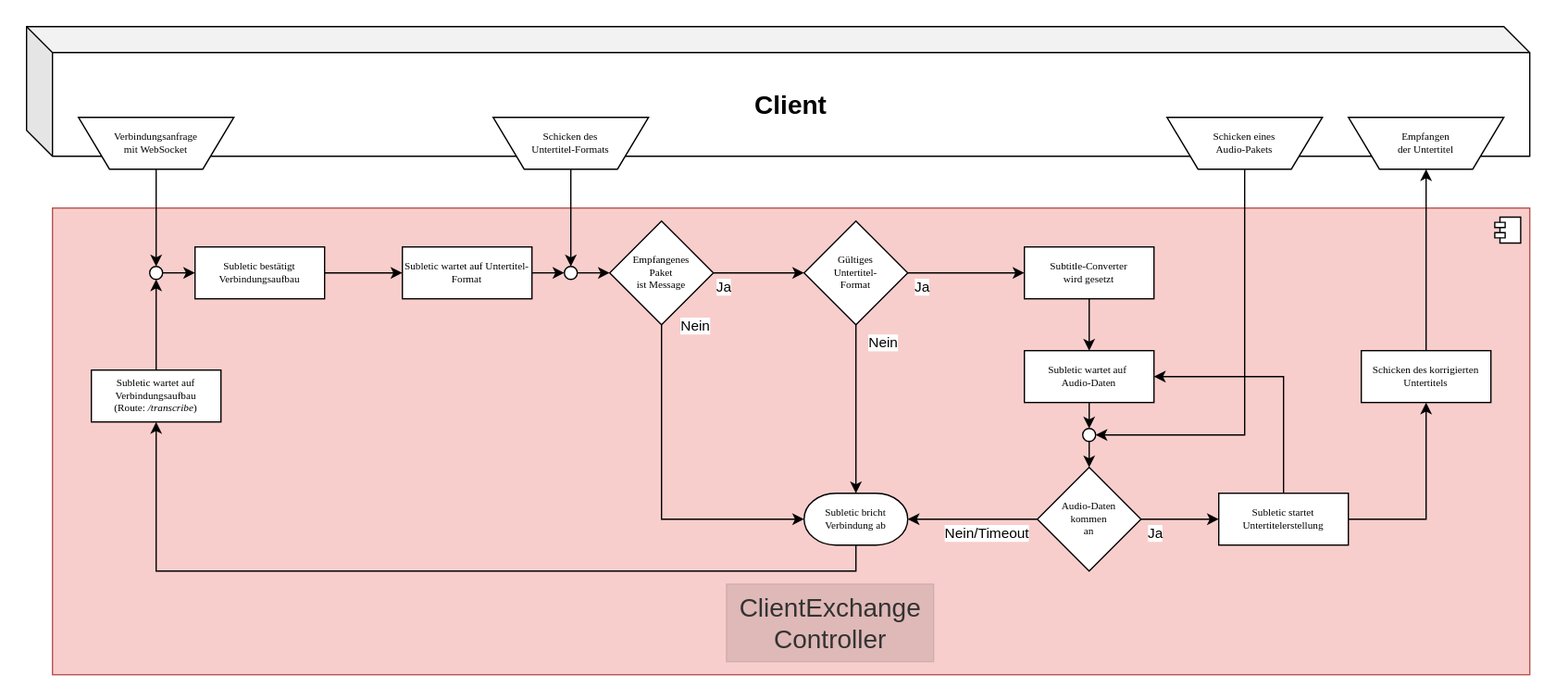
The draw.io diagram TechnicalDocumentation/arc42/img/ClientCommunication.drawio.svg in Subletic/Documentation, before a commit. Source tidied: cells renumbered, new cells last; positions are measured from the earlier drawing's top-left corner, leaving out a move shared by most shapes.
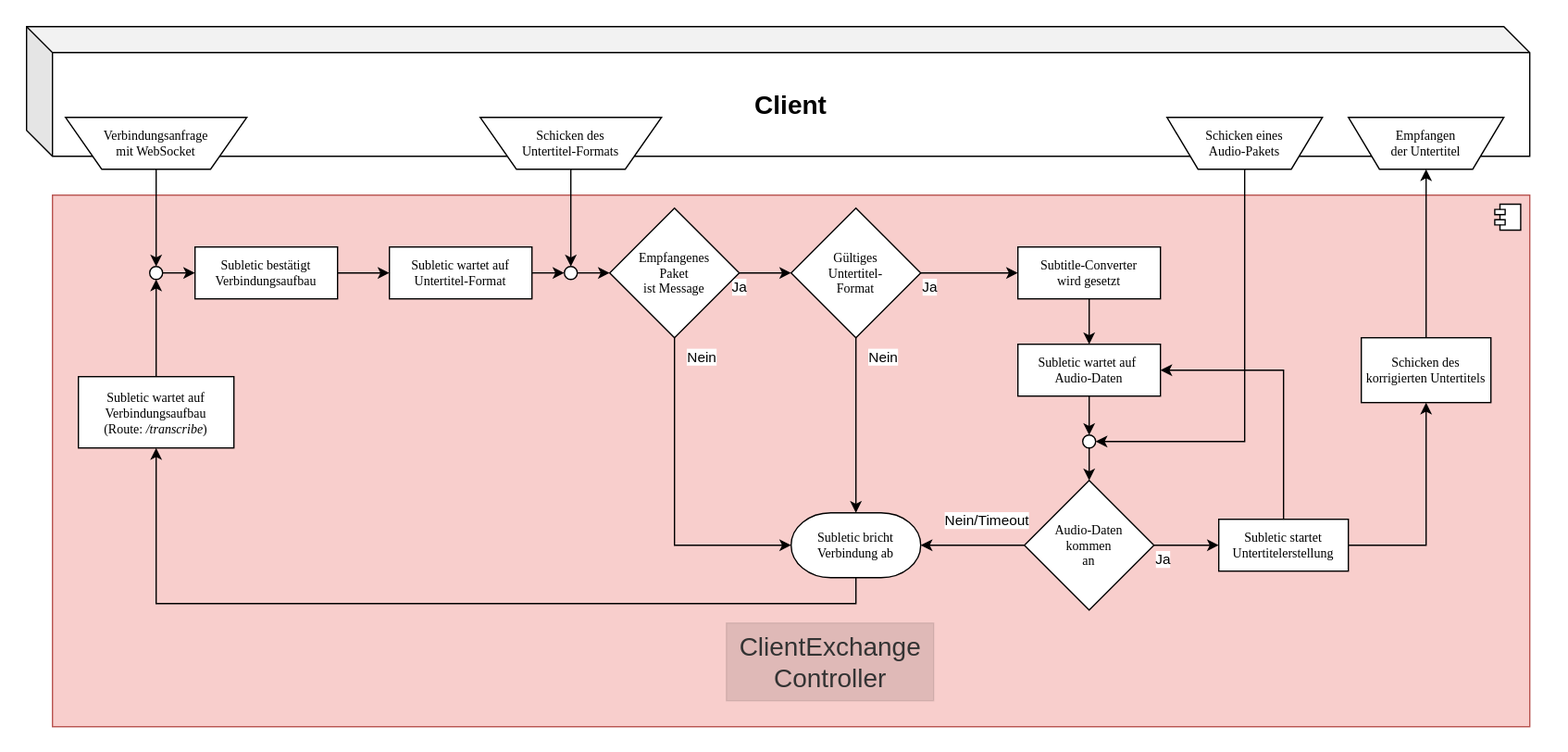
Above is the later version.

Diff of the diagram source:
```diff
@@ -3,10 +3,10 @@
     <mxCell id="0" />
     <mxCell id="1" parent="0" />
     <mxCell id="2" style="rounded=0;whiteSpace=wrap;html=1;strokeColor=none;" parent="1" vertex="1">
-      <mxGeometry width="1210" height="540" as="geometry" />
+      <mxGeometry width="1210" height="580" as="geometry" />
     </mxCell>
     <mxCell id="3" style="html=1;whiteSpace=wrap;fillColor=#f8cecc;strokeColor=#b85450;" parent="1" vertex="1">
-      <mxGeometry x="40" y="160" width="1140" height="360" as="geometry" />
+      <mxGeometry x="40" y="150" width="1140" height="410" as="geometry" />
     </mxCell>
     <mxCell id="4" style="shape=module;jettyWidth=8;jettyHeight=4;" parent="3" vertex="1">
       <mxGeometry x="1" width="20" height="20" relative="1" as="geometry">
@@ -19,8 +19,8 @@
     <mxCell id="6" style="edgeStyle=orthogonalEdgeStyle;rounded=0;jettySize=auto;html=1;exitX=0.5;exitY=1;exitDx=0;exitDy=0;entryX=0.5;entryY=0;entryDx=0;entryDy=0;" parent="1" edge="1" source="7" target="39">
       <mxGeometry relative="1" as="geometry" />
     </mxCell>
-    <mxCell id="7" value="Verbindungsanfrage&lt;br&gt;mit WebSocket" style="shape=trapezoid;whiteSpace=wrap;html=1;rounded=0;shadow=0;labelBackgroundColor=none;strokeWidth=1;fontFamily=Verdana;fontSize=8;align=center;flipV=1;" parent="1" vertex="1">
-      <mxGeometry x="60" y="90" width="120" height="40" as="geometry" />
+    <mxCell id="7" value="&lt;font style=&quot;font-size: 10px;&quot;&gt;Verbindungsanfrage&lt;br&gt;mit WebSocket&lt;/font&gt;" style="shape=trapezoid;whiteSpace=wrap;html=1;rounded=0;shadow=0;labelBackgroundColor=none;strokeWidth=1;fontFamily=Verdana;fontSize=8;align=center;flipV=1;" parent="1" vertex="1">
+      <mxGeometry x="50" y="90" width="140" height="40" as="geometry" />
     </mxCell>
     <mxCell id="8" style="edgeStyle=orthogonalEdgeStyle;rounded=0;jettySize=auto;html=1;entryX=0;entryY=0.5;entryDx=0;entryDy=0;exitX=1;exitY=0.5;exitDx=0;exitDy=0;" parent="1" edge="1" source="12" target="21">
       <mxGeometry relative="1" as="geometry" />
@@ -30,48 +30,47 @@
         <mxPoint x="-12" y="9" as="offset" />
       </mxGeometry>
     </mxCell>
-    <mxCell id="10" style="edgeStyle=orthogonalEdgeStyle;rounded=0;jettySize=auto;html=1;exitX=0.5;exitY=1;exitDx=0;exitDy=0;entryX=0;entryY=0.5;entryDx=0;entryDy=0;entryPerimeter=0;" parent="1" edge="1" target="20">
+    <mxCell id="10" style="edgeStyle=orthogonalEdgeStyle;rounded=0;jettySize=auto;html=1;exitX=0.5;exitY=1;exitDx=0;exitDy=0;entryX=0;entryY=0.5;entryDx=0;entryDy=0;entryPerimeter=0;" parent="1" edge="1" source="12" target="20">
       <mxGeometry relative="1" as="geometry">
-        <mxPoint x="510" y="250" as="sourcePoint" />
         <Array as="points">
-          <mxPoint x="510" y="400" />
+          <mxPoint x="520" y="420" />
         </Array>
       </mxGeometry>
     </mxCell>
     <mxCell id="11" value="Nein" style="edgeLabel;html=1;align=center;verticalAlign=middle;" parent="10" vertex="1">
       <mxGeometry x="-0.18" y="1" relative="1" as="geometry">
-        <mxPoint x="24" y="-107" as="offset" />
+        <mxPoint x="19" y="-89" as="offset" />
       </mxGeometry>
     </mxCell>
-    <mxCell id="12" value="Empfangenes &lt;br&gt;Paket &lt;br&gt;ist Message" style="rhombus;whiteSpace=wrap;html=1;rounded=0;shadow=0;labelBackgroundColor=none;strokeWidth=1;fontFamily=Verdana;fontSize=8;align=center;" parent="1" vertex="1">
-      <mxGeometry x="470" y="170" width="80" height="80" as="geometry" />
+    <mxCell id="12" value="Empfangenes &lt;br style=&quot;font-size: 10px;&quot;&gt;Paket &lt;br style=&quot;font-size: 10px;&quot;&gt;ist Message" style="rhombus;whiteSpace=wrap;html=1;rounded=0;shadow=0;labelBackgroundColor=none;strokeWidth=1;fontFamily=Verdana;fontSize=10;align=center;" parent="1" vertex="1">
+      <mxGeometry x="470" y="160" width="100" height="100" as="geometry" />
     </mxCell>
     <mxCell id="13" style="edgeStyle=orthogonalEdgeStyle;rounded=0;jettySize=auto;html=1;exitX=1;exitY=0.5;exitDx=0;exitDy=0;entryX=0;entryY=0.5;entryDx=0;entryDy=0;shadow=0;" parent="1" edge="1" source="14" target="18">
       <mxGeometry relative="1" as="geometry" />
     </mxCell>
-    <mxCell id="14" value="Subletic bestätigt&lt;br&gt;Verbindungsaufbau" style="whiteSpace=wrap;html=1;rounded=0;shadow=0;labelBackgroundColor=none;strokeWidth=1;fontFamily=Verdana;fontSize=8;align=center;" parent="1" vertex="1">
-      <mxGeometry x="150" y="190" width="100" height="40" as="geometry" />
+    <mxCell id="14" value="Subletic bestätigt&lt;br style=&quot;font-size: 10px;&quot;&gt;Verbindungsaufbau" style="whiteSpace=wrap;html=1;rounded=0;shadow=0;labelBackgroundColor=none;strokeWidth=1;fontFamily=Verdana;fontSize=10;align=center;" parent="1" vertex="1">
+      <mxGeometry x="150" y="190" width="110" height="40" as="geometry" />
     </mxCell>
     <mxCell id="15" style="edgeStyle=orthogonalEdgeStyle;rounded=0;jettySize=auto;html=1;exitX=0.5;exitY=1;exitDx=0;exitDy=0;entryX=0.5;entryY=0;entryDx=0;entryDy=0;" parent="1" edge="1" source="16" target="41">
       <mxGeometry relative="1" as="geometry" />
     </mxCell>
-    <mxCell id="16" value="Schicken des&lt;br&gt;Untertitel-Formats" style="shape=trapezoid;whiteSpace=wrap;html=1;rounded=0;shadow=0;labelBackgroundColor=none;strokeWidth=1;fontFamily=Verdana;fontSize=8;align=center;flipV=1;" parent="1" vertex="1">
-      <mxGeometry x="380" y="90" width="120" height="40" as="geometry" />
+    <mxCell id="16" value="&lt;font style=&quot;font-size: 10px;&quot;&gt;Schicken des&lt;br&gt;Untertitel-Formats&lt;/font&gt;" style="shape=trapezoid;whiteSpace=wrap;html=1;rounded=0;shadow=0;labelBackgroundColor=none;strokeWidth=1;fontFamily=Verdana;fontSize=8;align=center;flipV=1;" parent="1" vertex="1">
+      <mxGeometry x="370" y="90" width="140" height="40" as="geometry" />
     </mxCell>
     <mxCell id="17" style="edgeStyle=orthogonalEdgeStyle;rounded=0;jettySize=auto;html=1;exitX=1;exitY=0.5;exitDx=0;exitDy=0;entryX=0;entryY=0.5;entryDx=0;entryDy=0;" parent="1" edge="1" source="18" target="41">
       <mxGeometry relative="1" as="geometry" />
     </mxCell>
-    <mxCell id="18" value="Subletic wartet auf Untertitel-Format" style="whiteSpace=wrap;html=1;rounded=0;shadow=0;labelBackgroundColor=none;strokeWidth=1;fontFamily=Verdana;fontSize=8;align=center;" parent="1" vertex="1">
-      <mxGeometry x="310" y="190" width="100" height="40" as="geometry" />
+    <mxCell id="18" value="Subletic wartet auf Untertitel-Format" style="whiteSpace=wrap;html=1;rounded=0;shadow=0;labelBackgroundColor=none;strokeWidth=1;fontFamily=Verdana;fontSize=10;align=center;" parent="1" vertex="1">
+      <mxGeometry x="300" y="190" width="110" height="40" as="geometry" />
     </mxCell>
     <mxCell id="19" style="edgeStyle=orthogonalEdgeStyle;rounded=0;jettySize=auto;html=1;exitX=0.5;exitY=1;exitDx=0;exitDy=0;exitPerimeter=0;entryX=0.5;entryY=1;entryDx=0;entryDy=0;" parent="1" edge="1" source="20" target="35">
       <mxGeometry relative="1" as="geometry" />
     </mxCell>
-    <mxCell id="20" value="Subletic bricht Verbindung ab" style="strokeWidth=1;html=1;shape=mxgraph.flowchart.terminator;whiteSpace=wrap;rounded=0;shadow=0;labelBackgroundColor=none;fontFamily=Verdana;fontSize=8;align=center;" parent="1" vertex="1">
-      <mxGeometry x="620" y="380" width="80" height="40" as="geometry" />
+    <mxCell id="20" value="Subletic bricht Verbindung ab" style="strokeWidth=1;html=1;shape=mxgraph.flowchart.terminator;whiteSpace=wrap;rounded=0;shadow=0;labelBackgroundColor=none;fontFamily=Verdana;fontSize=10;align=center;" parent="1" vertex="1">
+      <mxGeometry x="610" y="395" width="100" height="50" as="geometry" />
     </mxCell>
-    <mxCell id="21" value="Gültiges&lt;br&gt;Untertitel-&lt;br&gt;Format" style="rhombus;whiteSpace=wrap;html=1;rounded=0;shadow=0;labelBackgroundColor=none;strokeWidth=1;fontFamily=Verdana;fontSize=8;align=center;" parent="1" vertex="1">
-      <mxGeometry x="620" y="170" width="80" height="80" as="geometry" />
+    <mxCell id="21" value="Gültiges&lt;br style=&quot;font-size: 10px;&quot;&gt;Untertitel-&lt;br style=&quot;font-size: 10px;&quot;&gt;Format" style="rhombus;whiteSpace=wrap;html=1;rounded=0;shadow=0;labelBackgroundColor=none;strokeWidth=1;fontFamily=Verdana;fontSize=10;align=center;" parent="1" vertex="1">
+      <mxGeometry x="610" y="160" width="100" height="100" as="geometry" />
     </mxCell>
     <mxCell id="22" style="edgeStyle=orthogonalEdgeStyle;rounded=0;jettySize=auto;html=1;exitX=0.5;exitY=1;exitDx=0;exitDy=0;entryX=0.5;entryY=0;entryDx=0;entryDy=0;entryPerimeter=0;" parent="1" edge="1" source="21" target="20">
       <mxGeometry relative="1" as="geometry" />
@@ -89,14 +88,14 @@
         <mxPoint x="-15" y="9" as="offset" />
       </mxGeometry>
     </mxCell>
-    <mxCell id="26" value="Schicken eines&lt;br&gt;Audio-Pakets" style="shape=trapezoid;whiteSpace=wrap;html=1;rounded=0;shadow=0;labelBackgroundColor=none;strokeWidth=1;fontFamily=Verdana;fontSize=8;align=center;flipV=1;" parent="1" vertex="1">
+    <mxCell id="26" value="&lt;font style=&quot;font-size: 10px;&quot;&gt;Schicken eines&lt;br&gt;Audio-Pakets&lt;/font&gt;" style="shape=trapezoid;whiteSpace=wrap;html=1;rounded=0;shadow=0;labelBackgroundColor=none;strokeWidth=1;fontFamily=Verdana;fontSize=8;align=center;flipV=1;" parent="1" vertex="1">
       <mxGeometry x="900" y="90" width="120" height="40" as="geometry" />
     </mxCell>
     <mxCell id="27" style="edgeStyle=orthogonalEdgeStyle;rounded=0;jettySize=auto;html=1;exitX=0.5;exitY=1;exitDx=0;exitDy=0;entryX=0.5;entryY=0;entryDx=0;entryDy=0;" parent="1" edge="1" source="37" target="28">
       <mxGeometry relative="1" as="geometry" />
     </mxCell>
-    <mxCell id="28" value="Subletic wartet auf&amp;nbsp;&lt;br&gt;Audio-Daten" style="whiteSpace=wrap;html=1;rounded=0;shadow=0;labelBackgroundColor=none;strokeWidth=1;fontFamily=Verdana;fontSize=8;align=center;" parent="1" vertex="1">
-      <mxGeometry x="790" y="270" width="100" height="40" as="geometry" />
+    <mxCell id="28" value="Subletic wartet auf&amp;nbsp;&lt;br style=&quot;font-size: 10px;&quot;&gt;Audio-Daten" style="whiteSpace=wrap;html=1;rounded=0;shadow=0;labelBackgroundColor=none;strokeWidth=1;fontFamily=Verdana;fontSize=10;align=center;" parent="1" vertex="1">
+      <mxGeometry x="785" y="265" width="110" height="40" as="geometry" />
     </mxCell>
     <mxCell id="29" style="edgeStyle=orthogonalEdgeStyle;rounded=0;jettySize=auto;html=1;exitX=1;exitY=0.5;exitDx=0;exitDy=0;entryX=0;entryY=0.5;entryDx=0;entryDy=0;" parent="1" edge="1" source="33" target="44">
       <mxGeometry relative="1" as="geometry" />
@@ -106,33 +105,20 @@
         <mxPoint x="-12" y="9" as="offset" />
       </mxGeometry>
     </mxCell>
-    <mxCell id="31" style="edgeStyle=orthogonalEdgeStyle;rounded=0;jettySize=auto;html=1;exitX=0;exitY=0.5;exitDx=0;exitDy=0;entryX=1;entryY=0.5;entryDx=0;entryDy=0;entryPerimeter=0;" parent="1" edge="1" source="33" target="20">
-      <mxGeometry relative="1" as="geometry">
-        <Array as="points">
-          <mxPoint x="740" y="400" />
-          <mxPoint x="740" y="400" />
-        </Array>
-      </mxGeometry>
-    </mxCell>
-    <mxCell id="32" value="Nein/Timeout" style="edgeLabel;html=1;align=center;verticalAlign=middle;" parent="31" vertex="1">
-      <mxGeometry x="-0.83" y="1" relative="1" as="geometry">
-        <mxPoint x="-31" y="9" as="offset" />
-      </mxGeometry>
-    </mxCell>
-    <mxCell id="33" value="Audio-Daten&lt;br&gt;kommen&lt;br&gt;an" style="rhombus;whiteSpace=wrap;html=1;rounded=0;shadow=0;labelBackgroundColor=none;strokeWidth=1;fontFamily=Verdana;fontSize=8;align=center;" parent="1" vertex="1">
-      <mxGeometry x="800" y="360" width="80" height="80" as="geometry" />
+    <mxCell id="33" value="Audio-Daten&lt;br style=&quot;font-size: 10px;&quot;&gt;kommen&lt;br style=&quot;font-size: 10px;&quot;&gt;an" style="rhombus;whiteSpace=wrap;html=1;rounded=0;shadow=0;labelBackgroundColor=none;strokeWidth=1;fontFamily=Verdana;fontSize=10;align=center;" parent="1" vertex="1">
+      <mxGeometry x="790" y="370" width="100" height="100" as="geometry" />
     </mxCell>
     <mxCell id="34" style="edgeStyle=orthogonalEdgeStyle;rounded=0;jettySize=auto;html=1;exitX=0.5;exitY=0;exitDx=0;exitDy=0;entryX=0.5;entryY=1;entryDx=0;entryDy=0;" parent="1" edge="1" source="35" target="39">
       <mxGeometry relative="1" as="geometry" />
     </mxCell>
-    <mxCell id="35" value="Subletic wartet auf Verbindungsaufbau&lt;br&gt;(Route: &lt;i&gt;/transcribe&lt;/i&gt;&lt;span style=&quot;background-color: initial;&quot;&gt;)&lt;/span&gt;" style="whiteSpace=wrap;html=1;rounded=0;shadow=0;labelBackgroundColor=none;strokeWidth=1;fontFamily=Verdana;fontSize=8;align=center;" parent="1" vertex="1">
-      <mxGeometry x="70" y="285" width="100" height="40" as="geometry" />
+    <mxCell id="35" value="Subletic wartet auf Verbindungsaufbau&lt;br style=&quot;font-size: 10px;&quot;&gt;(Route: &lt;i style=&quot;font-size: 10px;&quot;&gt;/transcribe&lt;/i&gt;&lt;span style=&quot;background-color: initial; font-size: 10px;&quot;&gt;)&lt;/span&gt;" style="whiteSpace=wrap;html=1;rounded=0;shadow=0;labelBackgroundColor=none;strokeWidth=1;fontFamily=Verdana;fontSize=10;align=center;" parent="1" vertex="1">
+      <mxGeometry x="60" y="290" width="120" height="55" as="geometry" />
     </mxCell>
     <mxCell id="36" style="edgeStyle=orthogonalEdgeStyle;rounded=0;jettySize=auto;html=1;exitX=0.5;exitY=1;exitDx=0;exitDy=0;entryX=1;entryY=0.5;entryDx=0;entryDy=0;" parent="1" edge="1" source="26" target="47">
       <mxGeometry relative="1" as="geometry" />
     </mxCell>
-    <mxCell id="37" value="Subtitle-Converter&lt;br&gt;wird gesetzt" style="whiteSpace=wrap;html=1;rounded=0;shadow=0;labelBackgroundColor=none;strokeWidth=1;fontFamily=Verdana;fontSize=8;align=center;" parent="1" vertex="1">
-      <mxGeometry x="790" y="190" width="100" height="40" as="geometry" />
+    <mxCell id="37" value="Subtitle-Converter&lt;br style=&quot;font-size: 10px;&quot;&gt;wird gesetzt" style="whiteSpace=wrap;html=1;rounded=0;shadow=0;labelBackgroundColor=none;strokeWidth=1;fontFamily=Verdana;fontSize=10;align=center;" parent="1" vertex="1">
+      <mxGeometry x="785" y="190" width="110" height="40" as="geometry" />
     </mxCell>
     <mxCell id="38" style="edgeStyle=orthogonalEdgeStyle;rounded=0;jettySize=auto;html=1;exitX=1;exitY=0.5;exitDx=0;exitDy=0;entryX=0;entryY=0.5;entryDx=0;entryDy=0;" parent="1" edge="1" source="39" target="14">
       <mxGeometry relative="1" as="geometry" />
@@ -152,8 +138,8 @@
     <mxCell id="43" style="edgeStyle=orthogonalEdgeStyle;rounded=0;jettySize=auto;html=1;exitX=0.5;exitY=0;exitDx=0;exitDy=0;" parent="1" edge="1" source="50" target="48">
       <mxGeometry relative="1" as="geometry" />
     </mxCell>
-    <mxCell id="44" value="Subletic startet&lt;br&gt;Untertitelerstellung" style="whiteSpace=wrap;html=1;rounded=0;shadow=0;labelBackgroundColor=none;strokeWidth=1;fontFamily=Verdana;fontSize=8;align=center;" parent="1" vertex="1">
-      <mxGeometry x="940" y="380" width="100" height="40" as="geometry" />
+    <mxCell id="44" value="Subletic startet&lt;br style=&quot;font-size: 10px;&quot;&gt;Untertitelerstellung" style="whiteSpace=wrap;html=1;rounded=0;shadow=0;labelBackgroundColor=none;strokeWidth=1;fontFamily=Verdana;fontSize=10;align=center;" parent="1" vertex="1">
+      <mxGeometry x="940" y="400" width="100" height="40" as="geometry" />
     </mxCell>
     <mxCell id="45" style="edgeStyle=orthogonalEdgeStyle;rounded=0;jettySize=auto;html=1;exitX=0.5;exitY=1;exitDx=0;exitDy=0;entryX=0.5;entryY=0;entryDx=0;entryDy=0;" parent="1" edge="1" source="28" target="47">
       <mxGeometry relative="1" as="geometry" />
@@ -162,19 +148,27 @@
       <mxGeometry relative="1" as="geometry" />
     </mxCell>
     <mxCell id="47" style="ellipse;whiteSpace=wrap;html=1;" parent="1" vertex="1">
-      <mxGeometry x="835" y="330" width="10" height="10" as="geometry" />
+      <mxGeometry x="835" y="335" width="10" height="10" as="geometry" />
     </mxCell>
-    <mxCell id="48" value="Empfangen&lt;br&gt;der Untertitel" style="shape=trapezoid;whiteSpace=wrap;html=1;rounded=0;shadow=0;labelBackgroundColor=none;strokeWidth=1;fontFamily=Verdana;fontSize=8;align=center;flipV=1;" parent="1" vertex="1">
+    <mxCell id="48" value="&lt;font style=&quot;font-size: 10px;&quot;&gt;Empfangen&lt;br&gt;der Untertitel&lt;/font&gt;" style="shape=trapezoid;whiteSpace=wrap;html=1;rounded=0;shadow=0;labelBackgroundColor=none;strokeWidth=1;fontFamily=Verdana;fontSize=8;align=center;flipV=1;" parent="1" vertex="1">
       <mxGeometry x="1040" y="90" width="120" height="40" as="geometry" />
     </mxCell>
     <mxCell id="49" style="edgeStyle=orthogonalEdgeStyle;rounded=0;jettySize=auto;html=1;exitX=1;exitY=0.5;exitDx=0;exitDy=0;" parent="1" edge="1" source="44" target="50">
       <mxGeometry relative="1" as="geometry" />
     </mxCell>
-    <mxCell id="50" value="Schicken des korrigierten Untertitels" style="whiteSpace=wrap;html=1;rounded=0;shadow=0;labelBackgroundColor=none;strokeWidth=1;fontFamily=Verdana;fontSize=8;align=center;" parent="1" vertex="1">
-      <mxGeometry x="1050" y="270" width="100" height="40" as="geometry" />
+    <mxCell id="50" value="Schicken des korrigierten Untertitels" style="whiteSpace=wrap;html=1;rounded=0;shadow=0;labelBackgroundColor=none;strokeWidth=1;fontFamily=Verdana;fontSize=10;align=center;" parent="1" vertex="1">
+      <mxGeometry x="1050" y="260" width="100" height="50" as="geometry" />
     </mxCell>
     <mxCell id="51" value="&lt;font style=&quot;font-size: 20px;&quot;&gt;ClientExchange&lt;br&gt;Controller&lt;/font&gt;" style="text;html=1;align=center;verticalAlign=middle;strokeColor=#000000;fillColor=#000000;fontColor=#333333;opacity=10;" parent="1" vertex="1">
-      <mxGeometry x="560" y="450" width="160" height="60" as="geometry" />
+      <mxGeometry x="560" y="480" width="160" height="60" as="geometry" />
     </mxCell>
+    <mxCell id="31" style="edgeStyle=orthogonalEdgeStyle;rounded=0;jettySize=auto;html=1;exitX=0;exitY=0.5;exitDx=0;exitDy=0;entryX=1;entryY=0.5;entryDx=0;entryDy=0;entryPerimeter=0;" parent="1" edge="1" source="33" target="20">
+      <mxGeometry relative="1" as="geometry" />
+    </mxCell>
+    <mxCell id="32" value="Nein/Timeout" style="edgeLabel;html=1;align=center;verticalAlign=middle;" parent="31" vertex="1">
+      <mxGeometry x="-0.01" y="-2" relative="1" as="geometry">
+        <mxPoint x="9" y="-18" as="offset" />
+      </mxGeometry>
+    </mxCell>
   </root>
 </mxGraphModel>
```
